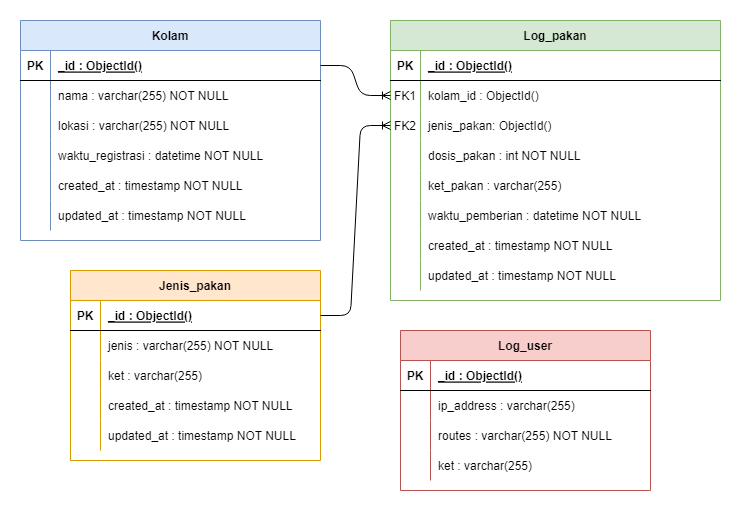
Before: doc/Sprint 1/diagram database/database.png, a diagram exported from draw.io (andrirahmanto/backendserverfishculture). Source tidied: cells renumbered, new cells last; positions are measured from the earlier drawing's top-left corner, leaving out a move shared by most shapes.
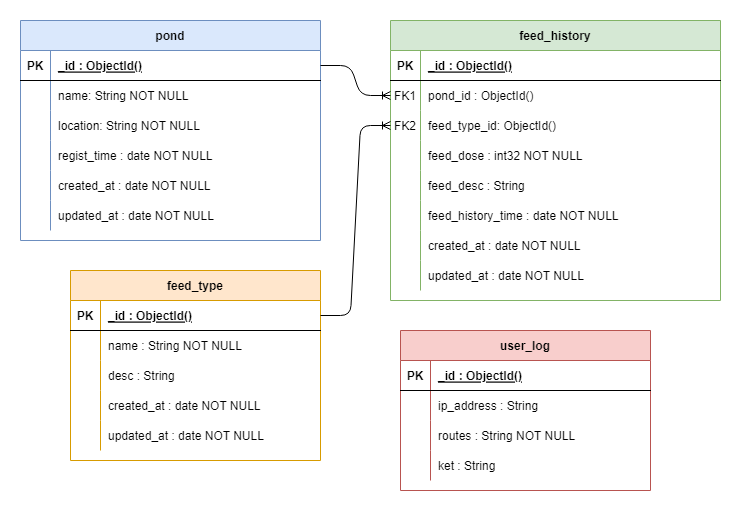
After the commit.

Commit message:
docs: renameing diagram database

What changed in the source:
```diff
@@ -2,7 +2,7 @@
   <root>
     <mxCell id="0" />
     <mxCell id="1" parent="0" />
-    <mxCell id="2" value="Log_pakan" style="shape=table;startSize=30;rowLines=0;fontStyle=1;align=center;fillColor=#d5e8d4;strokeColor=#82b366;" parent="1" vertex="1">
+    <mxCell id="2" value="feed_history" style="shape=table;startSize=30;rowLines=0;fontStyle=1;align=center;fillColor=#d5e8d4;strokeColor=#82b366;" parent="1" vertex="1">
       <mxGeometry x="370" width="330" height="280" as="geometry" />
     </mxCell>
     <mxCell id="3" style="shape=partialRectangle;fillColor=none;top=0;left=0;right=0;bottom=1;" parent="2" vertex="1">
@@ -20,7 +20,7 @@
     <mxCell id="7" value="FK1" style="shape=partialRectangle;overflow=hidden;fillColor=none;top=0;left=0;bottom=0;right=0;" parent="6" vertex="1">
       <mxGeometry width="30" height="30" as="geometry" />
     </mxCell>
-    <mxCell id="8" value="kolam_id : ObjectId()" style="shape=partialRectangle;overflow=hidden;fillColor=none;top=0;left=0;bottom=0;right=0;align=left;spacingLeft=6;" parent="6" vertex="1">
+    <mxCell id="8" value="pond_id : ObjectId()" style="shape=partialRectangle;overflow=hidden;fillColor=none;top=0;left=0;bottom=0;right=0;align=left;spacingLeft=6;" parent="6" vertex="1">
       <mxGeometry x="30" width="300" height="30" as="geometry" />
     </mxCell>
     <mxCell id="9" style="shape=partialRectangle;fillColor=none;points=[[0,0.5],[1,0.5]];portConstraint=eastwest;top=0;left=0;right=0;bottom=0;" parent="2" vertex="1">
@@ -29,7 +29,7 @@
     <mxCell id="10" value="FK2" style="shape=partialRectangle;overflow=hidden;fillColor=none;top=0;left=0;bottom=0;right=0;" parent="9" vertex="1">
       <mxGeometry width="30" height="30" as="geometry" />
     </mxCell>
-    <mxCell id="11" value="jenis_pakan: ObjectId()" style="shape=partialRectangle;overflow=hidden;fillColor=none;top=0;left=0;bottom=0;right=0;align=left;spacingLeft=6;" parent="9" vertex="1">
+    <mxCell id="11" value="feed_type_id: ObjectId()" style="shape=partialRectangle;overflow=hidden;fillColor=none;top=0;left=0;bottom=0;right=0;align=left;spacingLeft=6;" parent="9" vertex="1">
       <mxGeometry x="30" width="300" height="30" as="geometry" />
     </mxCell>
     <mxCell id="12" style="shape=partialRectangle;fillColor=none;top=0;left=0;right=0;bottom=0;" parent="2" vertex="1">
@@ -38,7 +38,7 @@
     <mxCell id="13" style="shape=partialRectangle;overflow=hidden;fillColor=none;top=0;left=0;bottom=0;right=0;" parent="12" vertex="1">
       <mxGeometry width="30" height="30" as="geometry" />
     </mxCell>
-    <mxCell id="14" value="dosis_pakan : int NOT NULL" style="shape=partialRectangle;overflow=hidden;fillColor=none;top=0;left=0;bottom=0;right=0;align=left;spacingLeft=6;" parent="12" vertex="1">
+    <mxCell id="14" value="feed_dose : int32 NOT NULL" style="shape=partialRectangle;overflow=hidden;fillColor=none;top=0;left=0;bottom=0;right=0;align=left;spacingLeft=6;" parent="12" vertex="1">
       <mxGeometry x="30" width="300" height="30" as="geometry" />
     </mxCell>
     <mxCell id="15" style="shape=partialRectangle;fillColor=none;top=0;left=0;right=0;bottom=0;" parent="2" vertex="1">
@@ -47,7 +47,7 @@
     <mxCell id="16" style="shape=partialRectangle;overflow=hidden;fillColor=none;top=0;left=0;bottom=0;right=0;" parent="15" vertex="1">
       <mxGeometry width="30" height="30" as="geometry" />
     </mxCell>
-    <mxCell id="17" value="ket_pakan : varchar(255)" style="shape=partialRectangle;overflow=hidden;fillColor=none;top=0;left=0;bottom=0;right=0;align=left;spacingLeft=6;" parent="15" vertex="1">
+    <mxCell id="17" value="feed_desc : String" style="shape=partialRectangle;overflow=hidden;fillColor=none;top=0;left=0;bottom=0;right=0;align=left;spacingLeft=6;" parent="15" vertex="1">
       <mxGeometry x="30" width="300" height="30" as="geometry" />
     </mxCell>
     <mxCell id="18" style="shape=partialRectangle;fillColor=none;top=0;left=0;right=0;bottom=0;" parent="2" vertex="1">
@@ -56,7 +56,7 @@
     <mxCell id="19" style="shape=partialRectangle;overflow=hidden;fillColor=none;top=0;left=0;bottom=0;right=0;" parent="18" vertex="1">
       <mxGeometry width="30" height="30" as="geometry" />
     </mxCell>
-    <mxCell id="20" value="waktu_pemberian : datetime NOT NULL" style="shape=partialRectangle;overflow=hidden;fillColor=none;top=0;left=0;bottom=0;right=0;align=left;spacingLeft=6;" parent="18" vertex="1">
+    <mxCell id="20" value="feed_history_time : date NOT NULL" style="shape=partialRectangle;overflow=hidden;fillColor=none;top=0;left=0;bottom=0;right=0;align=left;spacingLeft=6;" parent="18" vertex="1">
       <mxGeometry x="30" width="300" height="30" as="geometry" />
     </mxCell>
     <mxCell id="21" style="shape=partialRectangle;fillColor=none;top=0;left=0;right=0;bottom=0;" parent="2" vertex="1">
@@ -65,7 +65,7 @@
     <mxCell id="22" style="shape=partialRectangle;overflow=hidden;fillColor=none;top=0;left=0;bottom=0;right=0;" parent="21" vertex="1">
       <mxGeometry width="30" height="30" as="geometry" />
     </mxCell>
-    <mxCell id="23" value="created_at : timestamp NOT NULL" style="shape=partialRectangle;overflow=hidden;fillColor=none;top=0;left=0;bottom=0;right=0;align=left;spacingLeft=6;" parent="21" vertex="1">
+    <mxCell id="23" value="created_at : date NOT NULL" style="shape=partialRectangle;overflow=hidden;fillColor=none;top=0;left=0;bottom=0;right=0;align=left;spacingLeft=6;" parent="21" vertex="1">
       <mxGeometry x="30" width="300" height="30" as="geometry" />
     </mxCell>
     <mxCell id="24" style="shape=partialRectangle;fillColor=none;top=0;left=0;right=0;bottom=0;" parent="2" vertex="1">
@@ -74,10 +74,10 @@
     <mxCell id="25" style="shape=partialRectangle;overflow=hidden;fillColor=none;top=0;left=0;bottom=0;right=0;" parent="24" vertex="1">
       <mxGeometry width="30" height="30" as="geometry" />
     </mxCell>
-    <mxCell id="26" value="updated_at : timestamp NOT NULL" style="shape=partialRectangle;overflow=hidden;fillColor=none;top=0;left=0;bottom=0;right=0;align=left;spacingLeft=6;" parent="24" vertex="1">
+    <mxCell id="26" value="updated_at : date NOT NULL" style="shape=partialRectangle;overflow=hidden;fillColor=none;top=0;left=0;bottom=0;right=0;align=left;spacingLeft=6;" parent="24" vertex="1">
       <mxGeometry x="30" width="300" height="30" as="geometry" />
     </mxCell>
-    <mxCell id="27" value="Jenis_pakan" style="shape=table;startSize=30;rowLines=0;fontStyle=1;align=center;fillColor=#ffe6cc;strokeColor=#d79b00;" parent="1" vertex="1">
+    <mxCell id="27" value="feed_type" style="shape=table;startSize=30;rowLines=0;fontStyle=1;align=center;fillColor=#ffe6cc;strokeColor=#d79b00;" parent="1" vertex="1">
       <mxGeometry x="50" y="250" width="250" height="190" as="geometry" />
     </mxCell>
     <mxCell id="28" style="shape=partialRectangle;fillColor=none;points=[[0,0.5],[1,0.5]];portConstraint=eastwest;top=0;left=0;right=0;bottom=1;" parent="27" vertex="1">
@@ -95,7 +95,7 @@
     <mxCell id="32" style="shape=partialRectangle;overflow=hidden;fillColor=none;top=0;left=0;bottom=0;right=0;" parent="31" vertex="1">
       <mxGeometry width="30" height="30" as="geometry" />
     </mxCell>
-    <mxCell id="33" value="jenis : varchar(255) NOT NULL" style="shape=partialRectangle;overflow=hidden;fillColor=none;top=0;left=0;bottom=0;right=0;align=left;spacingLeft=6;" parent="31" vertex="1">
+    <mxCell id="33" value="name : String NOT NULL" style="shape=partialRectangle;overflow=hidden;fillColor=none;top=0;left=0;bottom=0;right=0;align=left;spacingLeft=6;" parent="31" vertex="1">
       <mxGeometry x="30" width="220" height="30" as="geometry" />
     </mxCell>
     <mxCell id="34" style="shape=partialRectangle;fillColor=none;top=0;left=0;right=0;bottom=0;" parent="27" vertex="1">
@@ -104,7 +104,7 @@
     <mxCell id="35" style="shape=partialRectangle;overflow=hidden;fillColor=none;top=0;left=0;bottom=0;right=0;" parent="34" vertex="1">
       <mxGeometry width="30" height="30" as="geometry" />
     </mxCell>
-    <mxCell id="36" value="ket : varchar(255) " style="shape=partialRectangle;overflow=hidden;fillColor=none;top=0;left=0;bottom=0;right=0;align=left;spacingLeft=6;" parent="34" vertex="1">
+    <mxCell id="36" value="desc : String" style="shape=partialRectangle;overflow=hidden;fillColor=none;top=0;left=0;bottom=0;right=0;align=left;spacingLeft=6;" parent="34" vertex="1">
       <mxGeometry x="30" width="220" height="30" as="geometry" />
     </mxCell>
     <mxCell id="37" style="shape=partialRectangle;fillColor=none;top=0;left=0;right=0;bottom=0;" parent="27" vertex="1">
@@ -113,7 +113,7 @@
     <mxCell id="38" style="shape=partialRectangle;overflow=hidden;fillColor=none;top=0;left=0;bottom=0;right=0;" parent="37" vertex="1">
       <mxGeometry width="30" height="30" as="geometry" />
     </mxCell>
-    <mxCell id="39" value="created_at : timestamp NOT NULL" style="shape=partialRectangle;overflow=hidden;fillColor=none;top=0;left=0;bottom=0;right=0;align=left;spacingLeft=6;" parent="37" vertex="1">
+    <mxCell id="39" value="created_at : date NOT NULL" style="shape=partialRectangle;overflow=hidden;fillColor=none;top=0;left=0;bottom=0;right=0;align=left;spacingLeft=6;" parent="37" vertex="1">
       <mxGeometry x="30" width="220" height="30" as="geometry" />
     </mxCell>
     <mxCell id="40" style="shape=partialRectangle;fillColor=none;top=0;left=0;right=0;bottom=0;" parent="27" vertex="1">
@@ -122,10 +122,10 @@
     <mxCell id="41" style="shape=partialRectangle;overflow=hidden;fillColor=none;top=0;left=0;bottom=0;right=0;" parent="40" vertex="1">
       <mxGeometry width="30" height="30" as="geometry" />
     </mxCell>
-    <mxCell id="42" value="updated_at : timestamp NOT NULL" style="shape=partialRectangle;overflow=hidden;fillColor=none;top=0;left=0;bottom=0;right=0;align=left;spacingLeft=6;" parent="40" vertex="1">
+    <mxCell id="42" value="updated_at : date NOT NULL" style="shape=partialRectangle;overflow=hidden;fillColor=none;top=0;left=0;bottom=0;right=0;align=left;spacingLeft=6;" parent="40" vertex="1">
       <mxGeometry x="30" width="220" height="30" as="geometry" />
     </mxCell>
-    <mxCell id="43" value="Kolam" style="shape=table;startSize=30;rowLines=0;fontStyle=1;align=center;fillColor=#dae8fc;strokeColor=#6c8ebf;" parent="1" vertex="1">
+    <mxCell id="43" value="pond" style="shape=table;startSize=30;rowLines=0;fontStyle=1;align=center;fillColor=#dae8fc;strokeColor=#6c8ebf;" parent="1" vertex="1">
       <mxGeometry width="300" height="220" as="geometry" />
     </mxCell>
     <mxCell id="44" style="shape=partialRectangle;fillColor=none;points=[[0,0.5],[1,0.5]];portConstraint=eastwest;top=0;left=0;right=0;bottom=1;" parent="43" vertex="1">
@@ -143,7 +143,7 @@
     <mxCell id="48" style="shape=partialRectangle;overflow=hidden;fillColor=none;top=0;left=0;bottom=0;right=0;" parent="47" vertex="1">
       <mxGeometry width="30" height="30" as="geometry" />
     </mxCell>
-    <mxCell id="49" value="nama : varchar(255) NOT NULL" style="shape=partialRectangle;overflow=hidden;fillColor=none;top=0;left=0;bottom=0;right=0;align=left;spacingLeft=6;" parent="47" vertex="1">
+    <mxCell id="49" value="name: String NOT NULL" style="shape=partialRectangle;overflow=hidden;fillColor=none;top=0;left=0;bottom=0;right=0;align=left;spacingLeft=6;" parent="47" vertex="1">
       <mxGeometry x="30" width="270" height="30" as="geometry" />
     </mxCell>
     <mxCell id="50" style="shape=partialRectangle;fillColor=none;top=0;left=0;right=0;bottom=0;" parent="43" vertex="1">
@@ -152,7 +152,7 @@
     <mxCell id="51" style="shape=partialRectangle;overflow=hidden;fillColor=none;top=0;left=0;bottom=0;right=0;" parent="50" vertex="1">
       <mxGeometry width="30" height="30" as="geometry" />
     </mxCell>
-    <mxCell id="52" value="lokasi : varchar(255) NOT NULL" style="shape=partialRectangle;overflow=hidden;fillColor=none;top=0;left=0;bottom=0;right=0;align=left;spacingLeft=6;" parent="50" vertex="1">
+    <mxCell id="52" value="location: String NOT NULL" style="shape=partialRectangle;overflow=hidden;fillColor=none;top=0;left=0;bottom=0;right=0;align=left;spacingLeft=6;" parent="50" vertex="1">
       <mxGeometry x="30" width="270" height="30" as="geometry" />
     </mxCell>
     <mxCell id="53" style="shape=partialRectangle;fillColor=none;top=0;left=0;right=0;bottom=0;" parent="43" vertex="1">
@@ -161,7 +161,7 @@
     <mxCell id="54" style="shape=partialRectangle;overflow=hidden;fillColor=none;top=0;left=0;bottom=0;right=0;" parent="53" vertex="1">
       <mxGeometry width="30" height="30" as="geometry" />
     </mxCell>
-    <mxCell id="55" value="waktu_registrasi : datetime NOT NULL" style="shape=partialRectangle;overflow=hidden;fillColor=none;top=0;left=0;bottom=0;right=0;align=left;spacingLeft=6;" parent="53" vertex="1">
+    <mxCell id="55" value="regist_time : date NOT NULL" style="shape=partialRectangle;overflow=hidden;fillColor=none;top=0;left=0;bottom=0;right=0;align=left;spacingLeft=6;" parent="53" vertex="1">
       <mxGeometry x="30" width="270" height="30" as="geometry" />
     </mxCell>
     <mxCell id="56" style="shape=partialRectangle;fillColor=none;top=0;left=0;right=0;bottom=0;" parent="43" vertex="1">
@@ -170,7 +170,7 @@
     <mxCell id="57" style="shape=partialRectangle;overflow=hidden;fillColor=none;top=0;left=0;bottom=0;right=0;" parent="56" vertex="1">
       <mxGeometry width="30" height="30" as="geometry" />
     </mxCell>
-    <mxCell id="58" value="created_at : timestamp NOT NULL" style="shape=partialRectangle;overflow=hidden;fillColor=none;top=0;left=0;bottom=0;right=0;align=left;spacingLeft=6;" parent="56" vertex="1">
+    <mxCell id="58" value="created_at : date NOT NULL" style="shape=partialRectangle;overflow=hidden;fillColor=none;top=0;left=0;bottom=0;right=0;align=left;spacingLeft=6;" parent="56" vertex="1">
       <mxGeometry x="30" width="270" height="30" as="geometry" />
     </mxCell>
     <mxCell id="59" style="shape=partialRectangle;fillColor=none;top=0;left=0;right=0;bottom=0;" parent="43" vertex="1">
@@ -179,13 +179,13 @@
     <mxCell id="60" style="shape=partialRectangle;overflow=hidden;fillColor=none;top=0;left=0;bottom=0;right=0;" parent="59" vertex="1">
       <mxGeometry width="30" height="30" as="geometry" />
     </mxCell>
-    <mxCell id="61" value="updated_at : timestamp NOT NULL" style="shape=partialRectangle;overflow=hidden;fillColor=none;top=0;left=0;bottom=0;right=0;align=left;spacingLeft=6;" parent="59" vertex="1">
+    <mxCell id="61" value="updated_at : date NOT NULL" style="shape=partialRectangle;overflow=hidden;fillColor=none;top=0;left=0;bottom=0;right=0;align=left;spacingLeft=6;" parent="59" vertex="1">
       <mxGeometry x="30" width="270" height="30" as="geometry" />
     </mxCell>
     <mxCell id="62" style="edgeStyle=entityRelationEdgeStyle;fontSize=12;html=1;endArrow=ERoneToMany;exitX=1;exitY=0.5;exitDx=0;exitDy=0;entryX=0;entryY=0.5;entryDx=0;entryDy=0;" parent="1" edge="1" source="44" target="6">
       <mxGeometry relative="1" as="geometry" />
     </mxCell>
-    <mxCell id="63" value="Log_user" style="shape=table;startSize=30;rowLines=0;fontStyle=1;align=center;fillColor=#f8cecc;strokeColor=#b85450;" parent="1" vertex="1">
+    <mxCell id="63" value="user_log" style="shape=table;startSize=30;rowLines=0;fontStyle=1;align=center;fillColor=#f8cecc;strokeColor=#b85450;" parent="1" vertex="1">
       <mxGeometry x="380" y="310" width="250" height="160" as="geometry" />
     </mxCell>
     <mxCell id="64" style="shape=partialRectangle;fillColor=none;top=0;left=0;right=0;bottom=1;" parent="63" vertex="1">
@@ -203,7 +203,7 @@
     <mxCell id="68" style="shape=partialRectangle;overflow=hidden;fillColor=none;top=0;left=0;bottom=0;right=0;" parent="67" vertex="1">
       <mxGeometry width="30" height="30" as="geometry" />
     </mxCell>
-    <mxCell id="69" value="ip_address : varchar(255)" style="shape=partialRectangle;overflow=hidden;fillColor=none;top=0;left=0;bottom=0;right=0;align=left;spacingLeft=6;" parent="67" vertex="1">
+    <mxCell id="69" value="ip_address : String" style="shape=partialRectangle;overflow=hidden;fillColor=none;top=0;left=0;bottom=0;right=0;align=left;spacingLeft=6;" parent="67" vertex="1">
       <mxGeometry x="30" width="220" height="30" as="geometry" />
     </mxCell>
     <mxCell id="70" style="shape=partialRectangle;fillColor=none;top=0;left=0;right=0;bottom=0;" parent="63" vertex="1">
@@ -212,7 +212,7 @@
     <mxCell id="71" style="shape=partialRectangle;overflow=hidden;fillColor=none;top=0;left=0;bottom=0;right=0;" parent="70" vertex="1">
       <mxGeometry width="30" height="30" as="geometry" />
     </mxCell>
-    <mxCell id="72" value="routes : varchar(255) NOT NULL" style="shape=partialRectangle;overflow=hidden;fillColor=none;top=0;left=0;bottom=0;right=0;align=left;spacingLeft=6;" parent="70" vertex="1">
+    <mxCell id="72" value="routes : String NOT NULL" style="shape=partialRectangle;overflow=hidden;fillColor=none;top=0;left=0;bottom=0;right=0;align=left;spacingLeft=6;" parent="70" vertex="1">
       <mxGeometry x="30" width="220" height="30" as="geometry" />
     </mxCell>
     <mxCell id="73" style="shape=partialRectangle;fillColor=none;top=0;left=0;right=0;bottom=0;" parent="63" vertex="1">
@@ -221,7 +221,7 @@
     <mxCell id="74" style="shape=partialRectangle;overflow=hidden;fillColor=none;top=0;left=0;bottom=0;right=0;" parent="73" vertex="1">
       <mxGeometry width="30" height="30" as="geometry" />
     </mxCell>
-    <mxCell id="75" value="ket : varchar(255)" style="shape=partialRectangle;overflow=hidden;fillColor=none;top=0;left=0;bottom=0;right=0;align=left;spacingLeft=6;" parent="73" vertex="1">
+    <mxCell id="75" value="ket : String" style="shape=partialRectangle;overflow=hidden;fillColor=none;top=0;left=0;bottom=0;right=0;align=left;spacingLeft=6;" parent="73" vertex="1">
       <mxGeometry x="30" width="220" height="30" as="geometry" />
     </mxCell>
     <mxCell id="76" style="edgeStyle=entityRelationEdgeStyle;fontSize=12;html=1;endArrow=ERoneToMany;exitX=1;exitY=0.5;exitDx=0;exitDy=0;entryX=0;entryY=0.5;entryDx=0;entryDy=0;" parent="1" edge="1" source="28" target="9">
```
